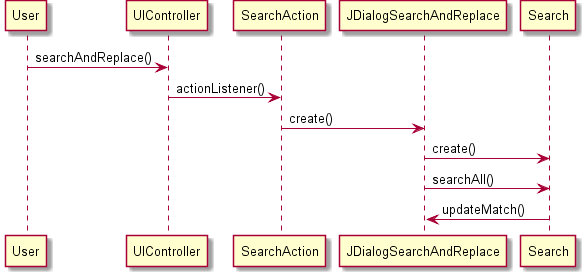
The PlantUML diagram src/csheets/userstories/us023/doc-files/us023_design1.png in BeatrizSeabra/Project_Excel_Java, before a commit. Its diagram source:
```plantuml
@startuml doc-files/us023_design1.png
User -> UIController: searchAndReplace()
UIController -> SearchAction: actionListener()
SearchAction -> JDialogSearchAndReplace: create()
JDialogSearchAndReplace-> Search : create()
JDialogSearchAndReplace-> Search : searchAll()
Search->JDialogSearchAndReplace: updateMatch()
@enduml
```
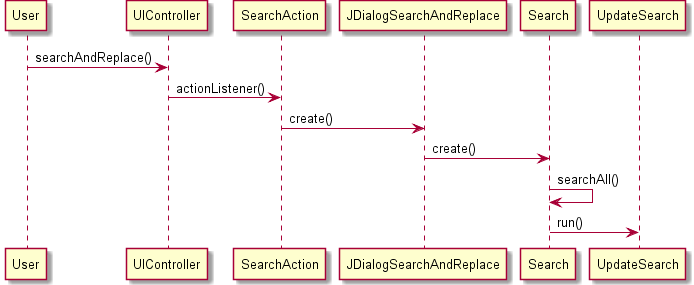
After the change.

What changed in the source:
```diff
@@ -3,6 +3,6 @@
 UIController -> SearchAction: actionListener()
 SearchAction -> JDialogSearchAndReplace: create()
 JDialogSearchAndReplace-> Search : create()
-JDialogSearchAndReplace-> Search : searchAll()
-Search->JDialogSearchAndReplace: updateMatch()
+Search -> Search: searchAll()
+Search -> UpdateSearch: run()
 @enduml
```
